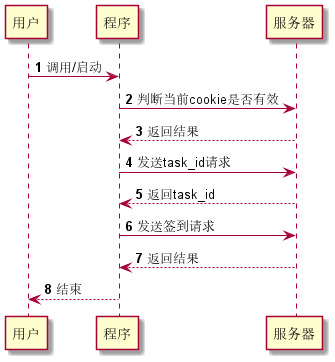
The PlantUML diagram resource/uml/签到时序图.png in yuzheng14/traceint_book_sduwh, before a commit.
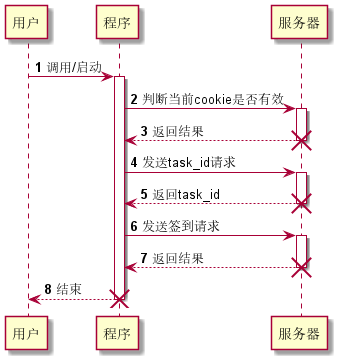
After the change.

What changed in the source:
```diff
@@ -3,11 +3,19 @@
 autonumber
 
 用户->程序:调用/启动
+activate 程序
 程序->服务器:判断当前cookie是否有效
+activate 服务器
 程序<--服务器:返回结果
+destroy 服务器
 程序->服务器:发送task_id请求
+activate 服务器
 程序<--服务器:返回task_id
+destroy 服务器
 程序->服务器:发送签到请求
+activate 服务器
 程序<--服务器:返回结果
+destroy 服务器
 用户<--程序:结束
+destroy 程序
 @enduml
```
